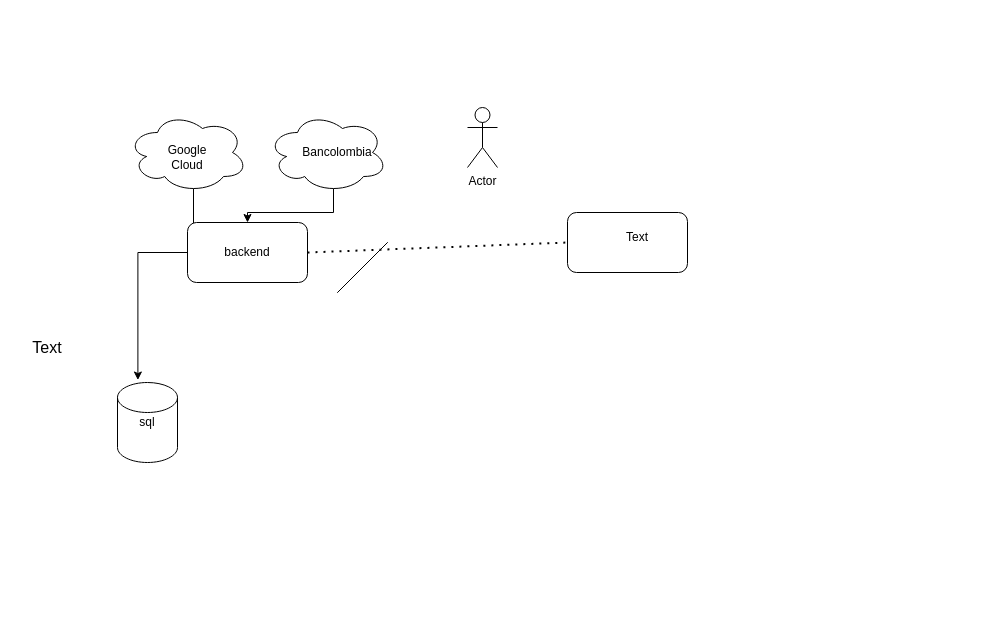
The draw.io diagram Diagrama sin título.drawio in Ed-Pino/rent4u, before the edit. Source tidied: cells renumbered, new cells numbered last; positions are measured from the earlier drawing's top-left corner, leaving out a move shared by most shapes. Both pictures are drawn from the tidied source at 100%, with x=0, y=0 at pixel (17, 107).
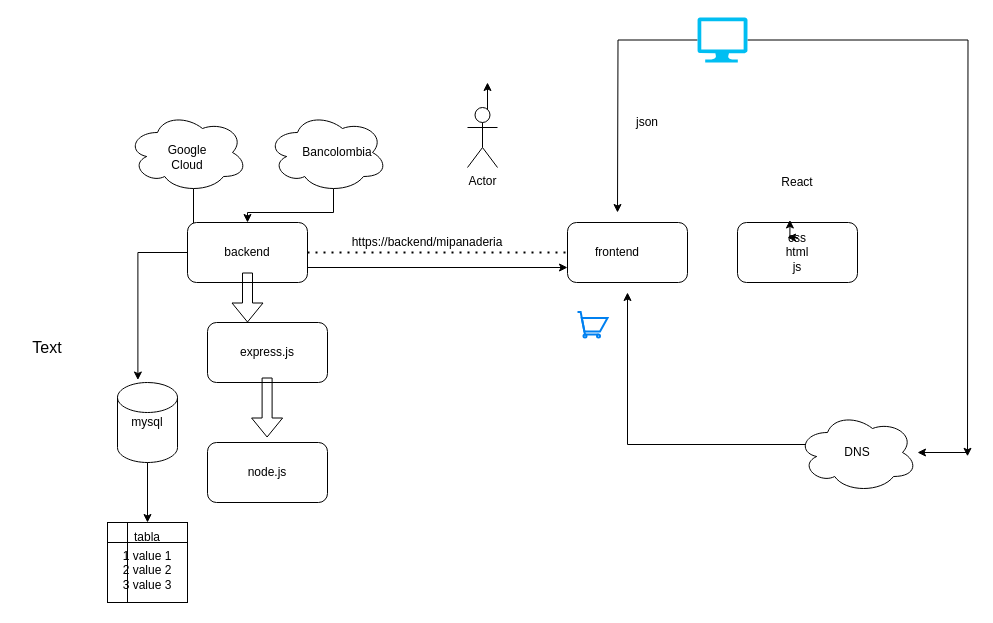
After the change.

Unchanged cells that the change refers to:
```xml
<mxCell id="9" style="shape=cylinder3;whiteSpace=wrap;html=1;boundedLbl=1;backgroundOutline=1;size=15;" parent="1" vertex="1">
  <mxGeometry x="100" y="275" width="60" height="80" as="geometry" />
</mxCell>
<mxCell id="11" style="rounded=1;whiteSpace=wrap;html=1;" parent="1" vertex="1">
  <mxGeometry x="170" y="115" width="120" height="60" as="geometry" />
</mxCell>
<mxCell id="16" value="Actor" style="shape=umlActor;verticalLabelPosition=bottom;verticalAlign=top;html=1;outlineConnect=0;" parent="1" vertex="1">
  <mxGeometry x="450" width="30" height="60" as="geometry" />
</mxCell>
```

What changed in the source:
```diff
@@
-    <mxCell id="10" value="sql" style="text;html=1;align=center;verticalAlign=middle;whiteSpace=wrap;rounded=0;" parent="1" vertex="1">
+    <mxCell id="10" value="mysql" style="text;html=1;align=center;verticalAlign=middle;whiteSpace=wrap;rounded=0;" parent="1" vertex="1">
       <mxGeometry x="100" y="300" width="60" height="30" as="geometry" />
     </mxCell>
+    <mxCell id="20" style="edgeStyle=orthogonalEdgeStyle;rounded=0;jettySize=auto;html=1;exitX=1;exitY=0.75;exitDx=0;exitDy=0;entryX=0;entryY=0.75;entryDx=0;entryDy=0;" parent="1" edge="1" source="11" target="13">
+      <mxGeometry relative="1" as="geometry" />
+    </mxCell>
@@
     <mxCell id="13" style="rounded=1;whiteSpace=wrap;html=1;" parent="1" vertex="1">
-      <mxGeometry x="550" y="105" width="120" height="60" as="geometry" />
+      <mxGeometry x="550" y="115" width="120" height="60" as="geometry" />
     </mxCell>
-    <mxCell id="14" value="Text" style="text;html=1;align=center;verticalAlign=middle;whiteSpace=wrap;rounded=0;" parent="1" vertex="1">
-      <mxGeometry x="590" y="115" width="60" height="30" as="geometry" />
+    <mxCell id="14" value="frontend" style="text;html=1;align=center;verticalAlign=middle;whiteSpace=wrap;rounded=0;" parent="1" vertex="1">
+      <mxGeometry x="570" y="130" width="60" height="30" as="geometry" />
     </mxCell>
@@
+    <mxCell id="21" style="edgeStyle=orthogonalEdgeStyle;rounded=0;jettySize=auto;html=1;exitX=0.25;exitY=0.1;exitDx=0;exitDy=0;exitPerimeter=0;" parent="1" edge="1" source="16">
+      <mxGeometry relative="1" as="geometry">
+        <mxPoint x="470" y="-25" as="targetPoint" />
+      </mxGeometry>
+    </mxCell>
@@
-    <mxCell id="18" style="endArrow=none;html=1;rounded=0;" parent="1" edge="1">
-      <mxGeometry relative="1" as="geometry">
-        <mxPoint x="320" y="185" as="sourcePoint" />
-        <mxPoint x="370" y="135" as="targetPoint" />
-      </mxGeometry>
-    </mxCell>
-    <mxCell id="19" style="endArrow=none;html=1;rounded=0;" parent="1" edge="1">
-      <mxGeometry relative="1" as="geometry">
-        <mxPoint x="320" y="185" as="sourcePoint" />
-        <mxPoint x="370" y="135" as="targetPoint" />
-      </mxGeometry>
-    </mxCell>
+    <mxCell id="22" style="shape=internalStorage;whiteSpace=wrap;html=1;backgroundOutline=1;" parent="1" vertex="1">
+      <mxGeometry x="90" y="415" width="80" height="80" as="geometry" />
+    </mxCell>
+    <mxCell id="23" style="rounded=1;whiteSpace=wrap;html=1;" parent="1" vertex="1">
+      <mxGeometry x="190" y="335" width="120" height="60" as="geometry" />
+    </mxCell>
+    <mxCell id="24" style="rounded=1;whiteSpace=wrap;html=1;" parent="1" vertex="1">
+      <mxGeometry x="190" y="215" width="120" height="60" as="geometry" />
+    </mxCell>
+    <mxCell id="25" value="express.js" style="text;html=1;align=center;verticalAlign=middle;whiteSpace=wrap;rounded=0;" parent="1" vertex="1">
+      <mxGeometry x="220" y="230" width="60" height="30" as="geometry" />
+    </mxCell>
+    <mxCell id="26" value="node.js" style="text;html=1;align=center;verticalAlign=middle;whiteSpace=wrap;rounded=0;" parent="1" vertex="1">
+      <mxGeometry x="220" y="350" width="60" height="30" as="geometry" />
+    </mxCell>
+    <mxCell id="27" value="https://backend/mipanaderia" style="text;html=1;align=center;verticalAlign=middle;whiteSpace=wrap;rounded=0;" parent="1" vertex="1">
+      <mxGeometry x="380" y="130" width="60" height="10" as="geometry" />
+    </mxCell>
+    <mxCell id="28" style="shape=flexArrow;endArrow=classic;html=1;rounded=0;" parent="1" edge="1">
+      <mxGeometry relative="1" as="geometry">
+        <mxPoint x="230" y="165" as="sourcePoint" />
+        <mxPoint x="230" y="215" as="targetPoint" />
+      </mxGeometry>
+    </mxCell>
+    <mxCell id="29" style="shape=flexArrow;endArrow=classic;html=1;rounded=0;" parent="1" edge="1">
+      <mxGeometry relative="1" as="geometry">
+        <mxPoint x="249.6" y="270" as="sourcePoint" />
+        <mxPoint x="249.6" y="330" as="targetPoint" />
+      </mxGeometry>
+    </mxCell>
+    <mxCell id="30" style="rounded=1;whiteSpace=wrap;html=1;" parent="1" vertex="1">
+      <mxGeometry x="720" y="115" width="120" height="60" as="geometry" />
+    </mxCell>
+    <mxCell id="31" style="edgeStyle=orthogonalEdgeStyle;rounded=0;jettySize=auto;html=1;exitX=0.5;exitY=0;exitDx=0;exitDy=0;" parent="1" edge="1" source="32">
+      <mxGeometry relative="1" as="geometry">
+        <mxPoint x="770" y="130.4" as="targetPoint" />
+      </mxGeometry>
+    </mxCell>
+    <mxCell id="32" value="css&lt;div&gt;html&lt;/div&gt;&lt;div&gt;js&lt;/div&gt;" style="text;html=1;align=center;verticalAlign=middle;whiteSpace=wrap;rounded=0;" parent="1" vertex="1">
+      <mxGeometry x="750" y="130" width="60" height="30" as="geometry" />
+    </mxCell>
+    <mxCell id="33" value="React" style="text;strokeColor=none;align=center;fillColor=none;html=1;verticalAlign=middle;whiteSpace=wrap;rounded=0;" parent="1" vertex="1">
+      <mxGeometry x="750" y="60" width="60" height="30" as="geometry" />
+    </mxCell>
+    <mxCell id="34" value="json" style="text;html=1;align=center;verticalAlign=middle;whiteSpace=wrap;rounded=0;" parent="1" vertex="1">
+      <mxGeometry x="600" width="60" height="30" as="geometry" />
+    </mxCell>
+    <mxCell id="35" style="edgeStyle=orthogonalEdgeStyle;rounded=0;jettySize=auto;html=1;" parent="1" edge="1" source="37">
+      <mxGeometry relative="1" as="geometry">
+        <mxPoint x="600" y="105" as="targetPoint" />
+      </mxGeometry>
+    </mxCell>
+    <mxCell id="36" style="edgeStyle=orthogonalEdgeStyle;rounded=0;jettySize=auto;html=1;exitX=1;exitY=0.5;exitDx=0;exitDy=0;exitPerimeter=0;" parent="1" edge="1" source="37">
+      <mxGeometry relative="1" as="geometry">
+        <mxPoint x="950" y="348.8" as="targetPoint" />
+      </mxGeometry>
+    </mxCell>
+    <mxCell id="37" style="verticalLabelPosition=bottom;html=1;verticalAlign=top;align=center;strokeColor=none;fillColor=#00BEF2;shape=mxgraph.azure.computer;" parent="1" vertex="1">
+      <mxGeometry x="680" y="-90" width="50" height="45" as="geometry" />
+    </mxCell>
+    <mxCell id="38" style="endArrow=classic;html=1;rounded=0;" parent="1" edge="1" target="39">
+      <mxGeometry relative="1" as="geometry">
+        <mxPoint x="950" y="345" as="sourcePoint" />
+      </mxGeometry>
+    </mxCell>
+    <mxCell id="39" style="ellipse;shape=cloud;whiteSpace=wrap;html=1;" parent="1" vertex="1">
+      <mxGeometry x="780" y="305" width="120" height="80" as="geometry" />
+    </mxCell>
+    <mxCell id="40" value="DNS" style="text;html=1;align=center;verticalAlign=middle;whiteSpace=wrap;rounded=0;" parent="1" vertex="1">
+      <mxGeometry x="810" y="330" width="60" height="30" as="geometry" />
+    </mxCell>
+    <mxCell id="41" style="endArrow=classic;html=1;rounded=0;exitX=0.5;exitY=1;exitDx=0;exitDy=0;exitPerimeter=0;" parent="1" edge="1" source="9" target="42">
+      <mxGeometry relative="1" as="geometry" />
+    </mxCell>
+    <mxCell id="42" value="tabla" style="text;html=1;align=center;verticalAlign=middle;whiteSpace=wrap;rounded=0;" parent="1" vertex="1">
+      <mxGeometry x="100" y="415" width="60" height="30" as="geometry" />
+    </mxCell>
+    <mxCell id="43" value="1 value 1&lt;div&gt;2 value 2&lt;/div&gt;&lt;div&gt;3 value 3&lt;/div&gt;&lt;div&gt;&lt;br&gt;&lt;/div&gt;" style="text;html=1;align=center;verticalAlign=middle;whiteSpace=wrap;rounded=0;" parent="1" vertex="1">
+      <mxGeometry x="100" y="455" width="60" height="30" as="geometry" />
+    </mxCell>
+    <mxCell id="44" style="edgeStyle=orthogonalEdgeStyle;rounded=0;jettySize=auto;html=1;exitX=0.5;exitY=0;exitDx=0;exitDy=0;entryX=0.437;entryY=-0.042;entryDx=0;entryDy=0;entryPerimeter=0;" parent="1" edge="1" source="32" target="30">
+      <mxGeometry relative="1" as="geometry" />
+    </mxCell>
+    <mxCell id="45" style="endArrow=classic;html=1;rounded=0;exitX=0.07;exitY=0.4;exitDx=0;exitDy=0;exitPerimeter=0;" parent="1" edge="1" source="39">
+      <mxGeometry relative="1" as="geometry">
+        <mxPoint x="610" y="185" as="targetPoint" />
+        <Array as="points">
+          <mxPoint x="610" y="337" />
+        </Array>
+      </mxGeometry>
+    </mxCell>
+    <mxCell id="46" style="html=1;verticalLabelPosition=bottom;align=center;labelBackgroundColor=#ffffff;verticalAlign=top;strokeWidth=2;strokeColor=#0080F0;shadow=0;dashed=0;shape=mxgraph.ios7.icons.shopping_cart;" parent="1" vertex="1">
+      <mxGeometry x="560" y="204.5" width="30" height="25.5" as="geometry" />
+    </mxCell>
```
